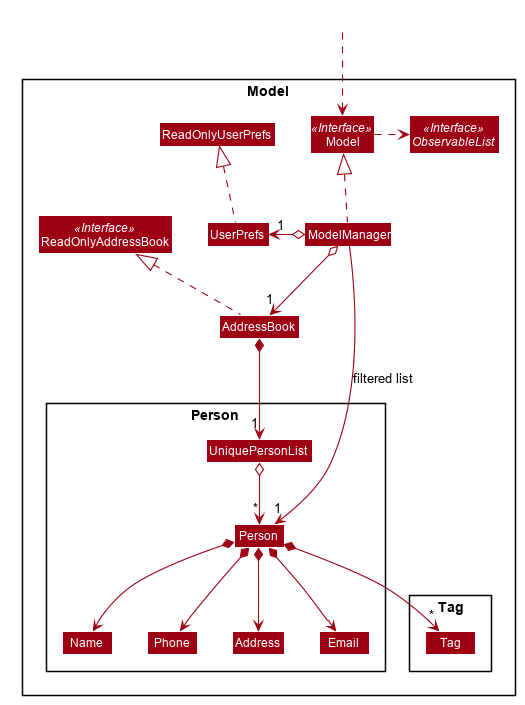
Before: images/ModelClassDiagram.png, a diagram exported from PlantUML (AY1920S1-CS2103T-W12-1/main).
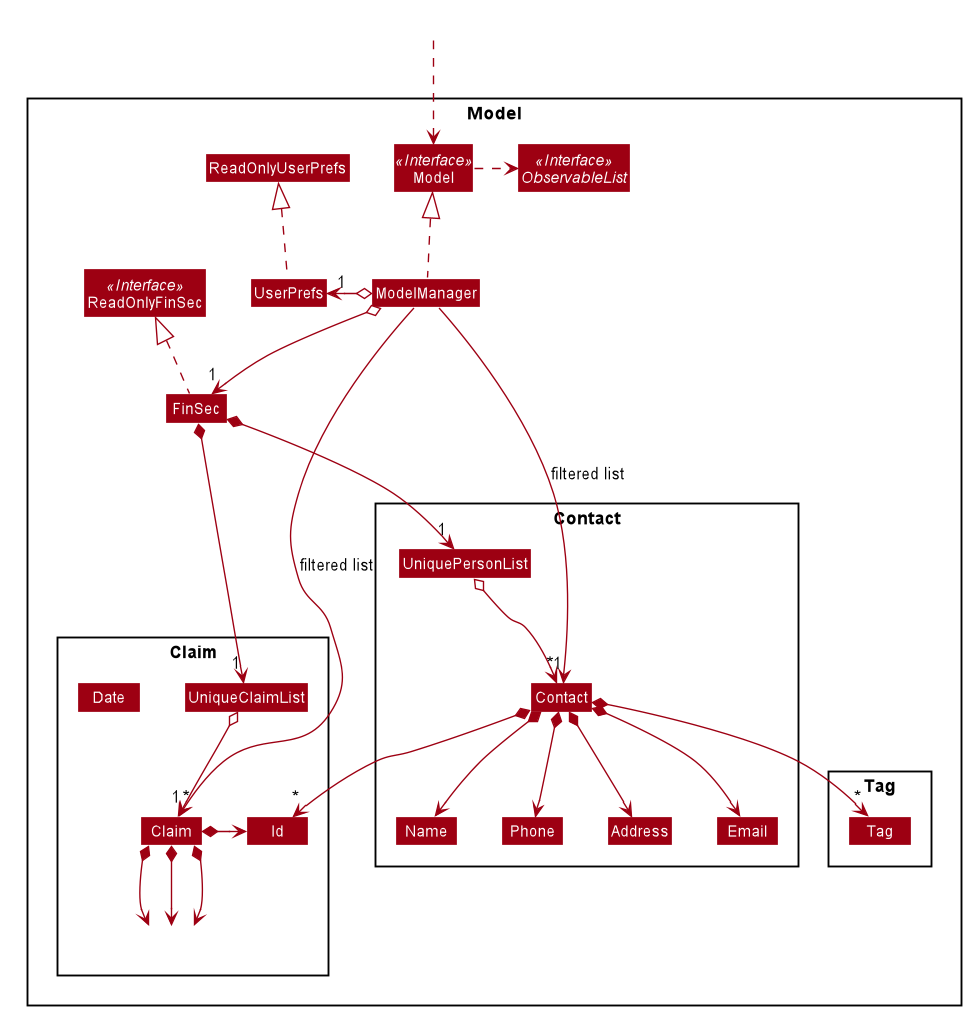
The same file after the commit.

Diff of the diagram source:
```diff
@@ -17,6 +17,7 @@
     BorderColor #FFFFFF
     StereotypeFontColor #FFFFFF
     FontName Arial
+    MemberColor #FFFFFF
 }
 
 skinparam Actor {
@@ -52,18 +53,18 @@
 skinparam classBackgroundColor #9D0012
 
 Package Model <<Rectangle>>{
-Interface ReadOnlyAddressBook <<Interface>>
+Interface ReadOnlyFinSec <<Interface>>
 Interface Model <<Interface>>
 Interface ObservableList <<Interface>>
-Class AddressBook
-Class ReadOnlyAddressBook
+Class FinSec
+Class ReadOnlyFinSec
 Class Model
 Class ModelManager
 Class UserPrefs
 Class ReadOnlyUserPrefs
 
-Package Person {
-Class Person
+Package Contact {
+Class Contact
 Class Address
 Class Email
 Class Name
@@ -74,30 +75,47 @@
 Package Tag {
 Class Tag
 }
+
+Package Claim {
+Class UniqueClaimList
+Class Claim
+Class Id
+Class Date
+Class Hidden #FFFFFF
+}
 }
 
 Class HiddenOutside #FFFFFF
 HiddenOutside ..> Model
 
-AddressBook .up.|> ReadOnlyAddressBook
+FinSec .up.|> ReadOnlyFinSec
 
 ModelManager .up.|> Model
 Model .right.> ObservableList
-ModelManager o--> "1" AddressBook
+ModelManager o--> "1" FinSec
 ModelManager o-left-> "1" UserPrefs
 UserPrefs .up.|> ReadOnlyUserPrefs
 
-AddressBook *--> "1" UniquePersonList
-UniquePersonList o--> "*" Person
-Person *--> Name
-Person *--> Phone
-Person *--> Email
-Person *--> Address
-Person *--> "*" Tag
+FinSec *--> "1" UniquePersonList
+UniquePersonList o--> "*" Contact
+Contact *--> Name
+Contact *--> Phone
+Contact *--> Email
+Contact *--> Address
+Contact *--> "*" Tag
+Contact *--> "*" Id
+
+FinSec *--> "1" UniqueClaimList
+UniqueClaimList o--> "*" Claim
+Claim *-left-> Id
+Claim *-down-> Hidden
+Claim *-down-> Hidden
+Claim *-down-> Hidden
 
 Name -[hidden]right-> Phone
 Phone -[hidden]right-> Address
 Address -[hidden]right-> Email
 
-ModelManager -->"1" Person : filtered list
+ModelManager -->"1" Contact : filtered list
+ModelManager -->"1" Claim : filtered list
 @enduml
```
